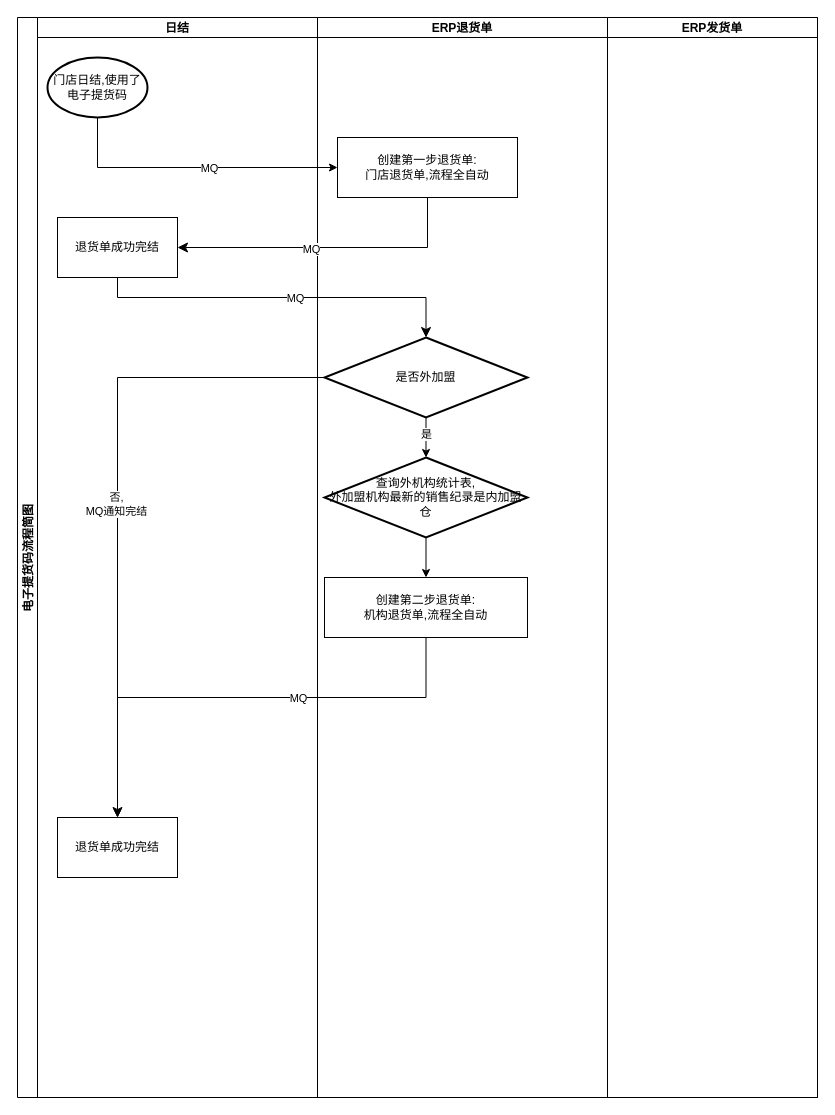
Above: 电子提货码交互简图.drawio in fengj1202/draw (draw.io), before the change. Source tidied: cells renumbered, new cells numbered last; positions are measured from the earlier drawing's top-left corner, leaving out a move shared by most shapes. Both pictures are drawn from the tidied source at 100%, with x=0, y=0 at pixel (17, 17).
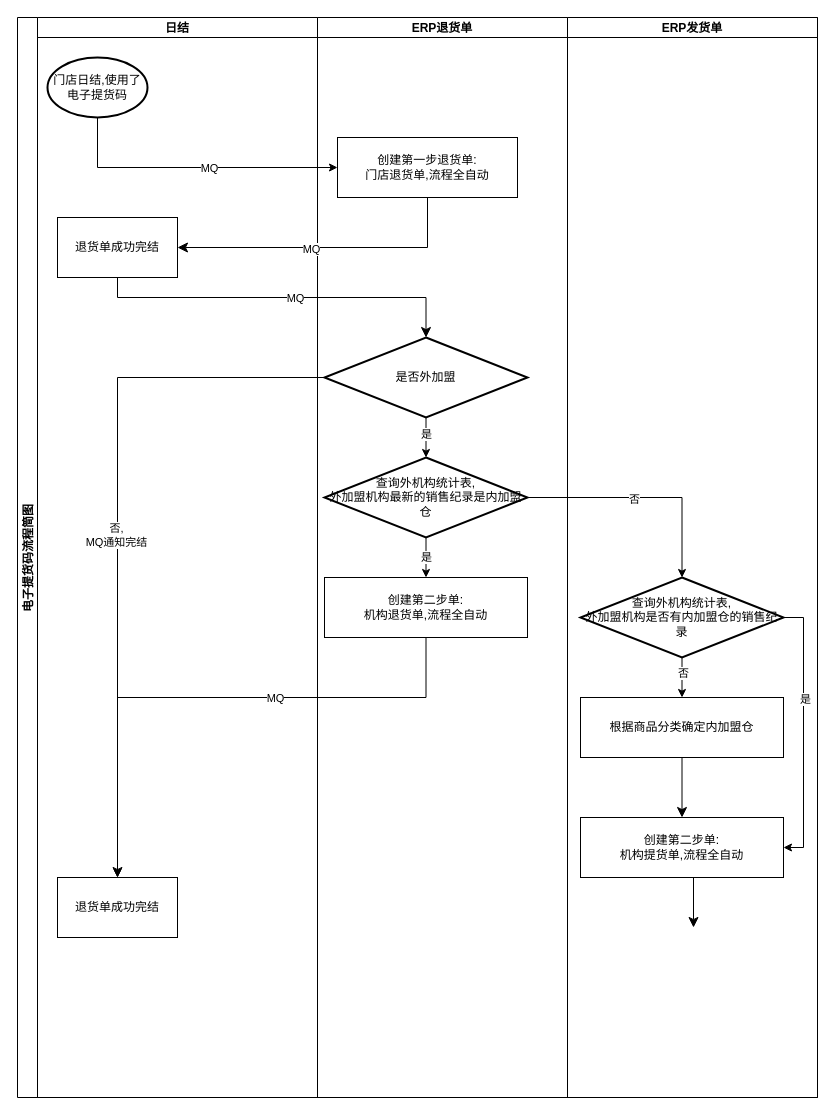
After the change.

Commit message (it also covers changes not shown here):
更新电子提货码交互简图.drawio

The change refers to these unchanged cells:
```xml
<mxCell id="2" value="电子提货码流程简图" style="swimlane;startSize=20;horizontal=0;" parent="1" vertex="1">
  <mxGeometry width="800" height="1080" as="geometry" />
</mxCell>
<mxCell id="3" value="日结" style="swimlane;startSize=20;" parent="2" vertex="1">
  <mxGeometry x="20" width="280" height="1080" as="geometry" />
</mxCell>
<mxCell id="13" value="查询外机构统计表,&lt;br&gt;外加盟机构最新的销售纪录是内加盟仓" style="strokeWidth=2;html=1;shape=mxgraph.flowchart.decision;whiteSpace=wrap;" parent="7" vertex="1">
  <mxGeometry x="7" y="440" width="203" height="80" as="geometry" />
</mxCell>
```

The edit, as a diff of the source:
```diff
@@
     <mxCell id="6" value="退货单成功完结" style="whiteSpace=wrap;html=1;align=center;newEdgeStyle={&quot;edgeStyle&quot;:&quot;elbowEdgeStyle&quot;,&quot;startArrow&quot;:&quot;none&quot;,&quot;endArrow&quot;:&quot;none&quot;};" parent="3" vertex="1">
-      <mxGeometry x="20" y="800" width="120" height="60" as="geometry" />
+      <mxGeometry x="20" y="860" width="120" height="60" as="geometry" />
     </mxCell>
     <mxCell id="7" value="ERP退货单" style="swimlane;startSize=20;" parent="2" vertex="1">
-      <mxGeometry x="300" width="290" height="1080" as="geometry" />
+      <mxGeometry x="300" width="250" height="1080" as="geometry" />
     </mxCell>
@@
-    <mxCell id="12" style="edgeStyle=orthogonalEdgeStyle;rounded=0;jettySize=auto;html=1;exitX=0.5;exitY=1;exitDx=0;exitDy=0;exitPerimeter=0;" parent="7" edge="1" source="13" target="14">
+    <mxCell id="12" value="是" style="edgeStyle=orthogonalEdgeStyle;rounded=0;jettySize=auto;html=1;exitX=0.5;exitY=1;exitDx=0;exitDy=0;exitPerimeter=0;" parent="7" edge="1" source="13" target="14">
       <mxGeometry relative="1" as="geometry" />
     </mxCell>
@@
-    <mxCell id="14" value="创建第二步退货单:&lt;br&gt;机构退货单,流程全自动" style="whiteSpace=wrap;html=1;align=center;newEdgeStyle={&quot;edgeStyle&quot;:&quot;elbowEdgeStyle&quot;,&quot;startArrow&quot;:&quot;none&quot;,&quot;endArrow&quot;:&quot;none&quot;};" parent="7" vertex="1">
+    <mxCell id="14" value="创建第二步单:&lt;br&gt;机构退货单,流程全自动" style="whiteSpace=wrap;html=1;align=center;newEdgeStyle={&quot;edgeStyle&quot;:&quot;elbowEdgeStyle&quot;,&quot;startArrow&quot;:&quot;none&quot;,&quot;endArrow&quot;:&quot;none&quot;};" parent="7" vertex="1">
       <mxGeometry x="7" y="560" width="203" height="60" as="geometry" />
     </mxCell>
     <mxCell id="15" value="ERP发货单" style="swimlane;startSize=20;" parent="2" vertex="1">
-      <mxGeometry x="590" width="210" height="1080" as="geometry" />
+      <mxGeometry x="550" width="250" height="1080" as="geometry" />
     </mxCell>
+    <mxCell id="26" style="edgeStyle=orthogonalEdgeStyle;rounded=0;jettySize=auto;html=1;exitX=0.5;exitY=1;exitDx=0;exitDy=0;exitPerimeter=0;" parent="15" edge="1" source="30" target="31">
+      <mxGeometry relative="1" as="geometry" />
+    </mxCell>
+    <mxCell id="27" value="否" style="edgeLabel;html=1;align=center;verticalAlign=middle;" parent="26" vertex="1">
+      <mxGeometry x="-0.26" y="1" relative="1" as="geometry" />
+    </mxCell>
+    <mxCell id="28" style="edgeStyle=orthogonalEdgeStyle;rounded=0;jettySize=auto;html=1;exitX=1;exitY=0.5;exitDx=0;exitDy=0;exitPerimeter=0;entryX=1;entryY=0.5;entryDx=0;entryDy=0;" parent="15" edge="1" source="30" target="32">
+      <mxGeometry relative="1" as="geometry" />
+    </mxCell>
+    <mxCell id="29" value="是" style="edgeLabel;html=1;align=center;verticalAlign=middle;" parent="28" vertex="1">
+      <mxGeometry x="-0.25" y="1" relative="1" as="geometry" />
+    </mxCell>
+    <mxCell id="30" value="查询外机构统计表,&lt;br&gt;外加盟机构是否有内加盟仓的销售纪录" style="strokeWidth=2;html=1;shape=mxgraph.flowchart.decision;whiteSpace=wrap;" parent="15" vertex="1">
+      <mxGeometry x="13" y="560" width="203" height="80" as="geometry" />
+    </mxCell>
+    <mxCell id="31" value="根据商品分类确定内加盟仓" style="whiteSpace=wrap;html=1;align=center;newEdgeStyle={&quot;edgeStyle&quot;:&quot;elbowEdgeStyle&quot;,&quot;startArrow&quot;:&quot;none&quot;,&quot;endArrow&quot;:&quot;none&quot;};" parent="15" vertex="1">
+      <mxGeometry x="13" y="680" width="203" height="60" as="geometry" />
+    </mxCell>
+    <mxCell id="32" value="创建第二步单:&lt;br&gt;机构提货单,流程全自动" style="whiteSpace=wrap;html=1;align=center;newEdgeStyle={&quot;edgeStyle&quot;:&quot;elbowEdgeStyle&quot;,&quot;startArrow&quot;:&quot;none&quot;,&quot;endArrow&quot;:&quot;none&quot;};" parent="15" vertex="1">
+      <mxGeometry x="13" y="800" width="203" height="60" as="geometry" />
+    </mxCell>
+    <mxCell id="33" style="edgeStyle=segmentEdgeStyle;endArrow=classic;html=1;curved=0;rounded=0;endSize=8;startSize=8;exitX=0.5;exitY=1;exitDx=0;exitDy=0;" parent="15" edge="1" source="31" target="32">
+      <mxGeometry relative="1" as="geometry" />
+    </mxCell>
+    <mxCell id="34" style="edgeStyle=segmentEdgeStyle;endArrow=classic;html=1;curved=0;rounded=0;endSize=8;startSize=8;exitX=0.5;exitY=1;exitDx=0;exitDy=0;" parent="15" edge="1" source="32">
+      <mxGeometry relative="1" as="geometry">
+        <mxPoint x="126" y="910" as="targetPoint" />
+      </mxGeometry>
+    </mxCell>
@@
+    <mxCell id="35" style="edgeStyle=orthogonalEdgeStyle;rounded=0;jettySize=auto;html=1;exitX=1;exitY=0.5;exitDx=0;exitDy=0;exitPerimeter=0;entryX=0.5;entryY=0;entryDx=0;entryDy=0;entryPerimeter=0;" parent="2" edge="1" source="13" target="30">
+      <mxGeometry relative="1" as="geometry" />
+    </mxCell>
+    <mxCell id="36" value="否" style="edgeLabel;html=1;align=center;verticalAlign=middle;" parent="35" vertex="1">
+      <mxGeometry x="-0.1" y="-1" relative="1" as="geometry" />
+    </mxCell>
```
